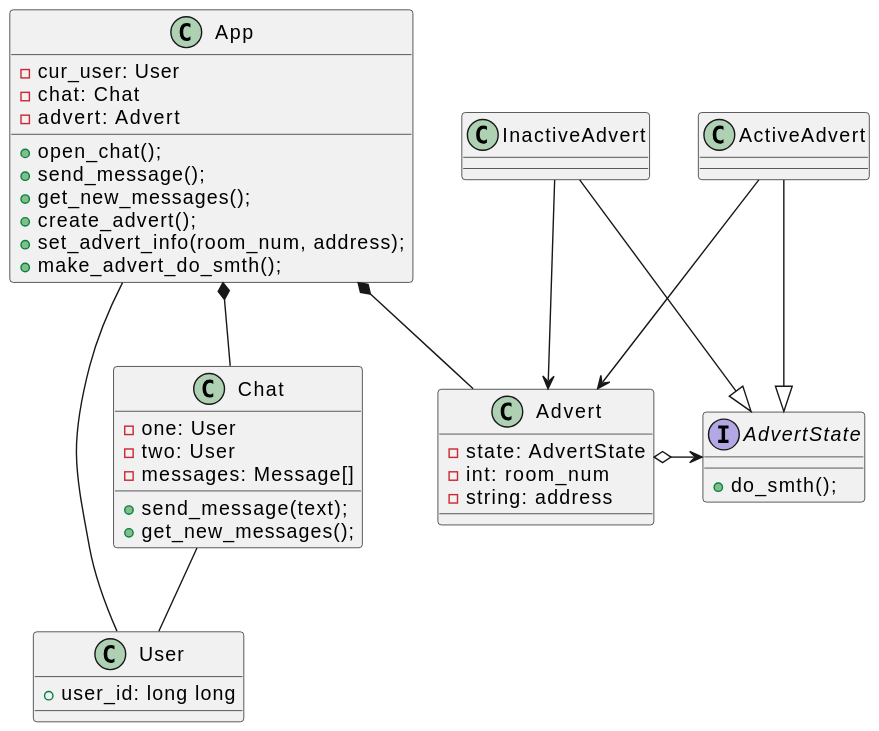
The PlantUML diagram assets/plantuml/class_diagram.svg in penamarth/bsbo-13-22_team1_var8, before a commit.
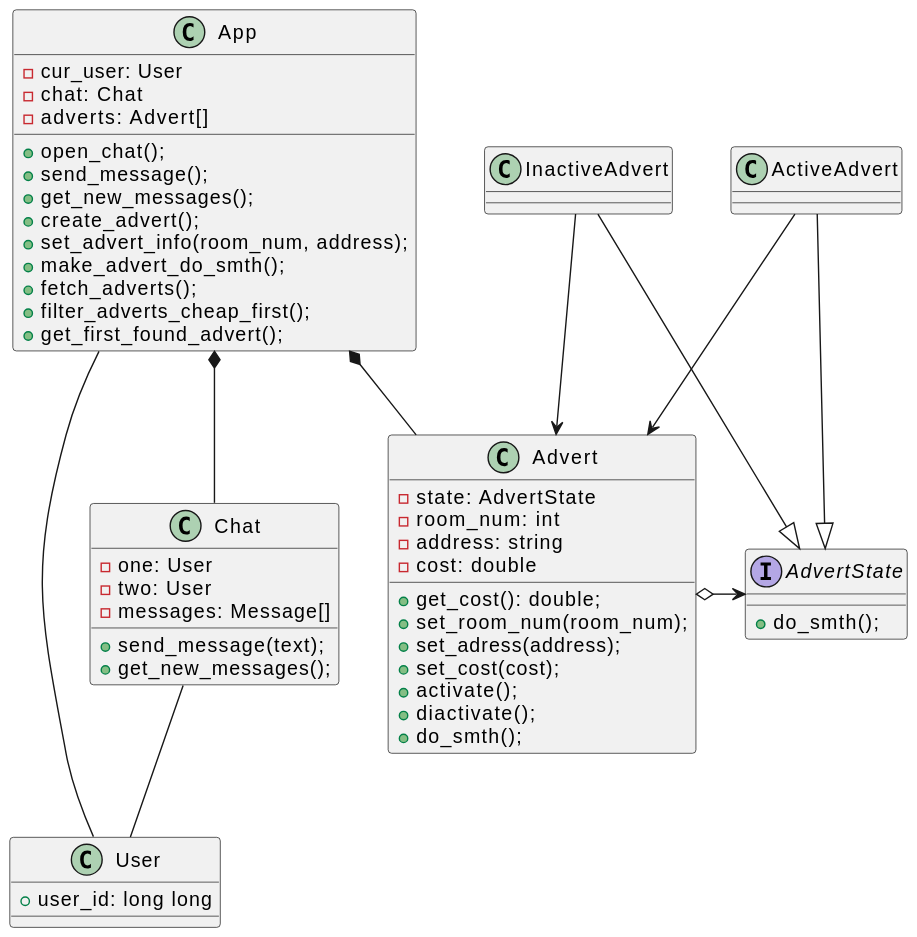
After the change.

Commit message:
update code and diagrams for findflat use case

Diff of the diagram source:
```diff
@@ -2,13 +2,16 @@
 class App {
 -cur_user: User
 -chat: Chat
--advert: Advert
+-adverts: Advert[]
 +open_chat();
 +send_message();
 +get_new_messages();
 +create_advert();
 +set_advert_info(room_num, address);
 +make_advert_do_smth();
++fetch_adverts();
++filter_adverts_cheap_first();
++get_first_found_advert();
 }
 
 interface AdvertState {
@@ -21,8 +24,16 @@
 
 class Advert {
 -state: AdvertState
--int: room_num
--string: address
+-room_num: int
+-address: string
+-cost: double
++get_cost(): double;
++set_room_num(room_num);
++set_adress(address);
++set_cost(cost);
++activate();
++diactivate();
++do_smth();
 }
 
 Advert o-> AdvertState
```
